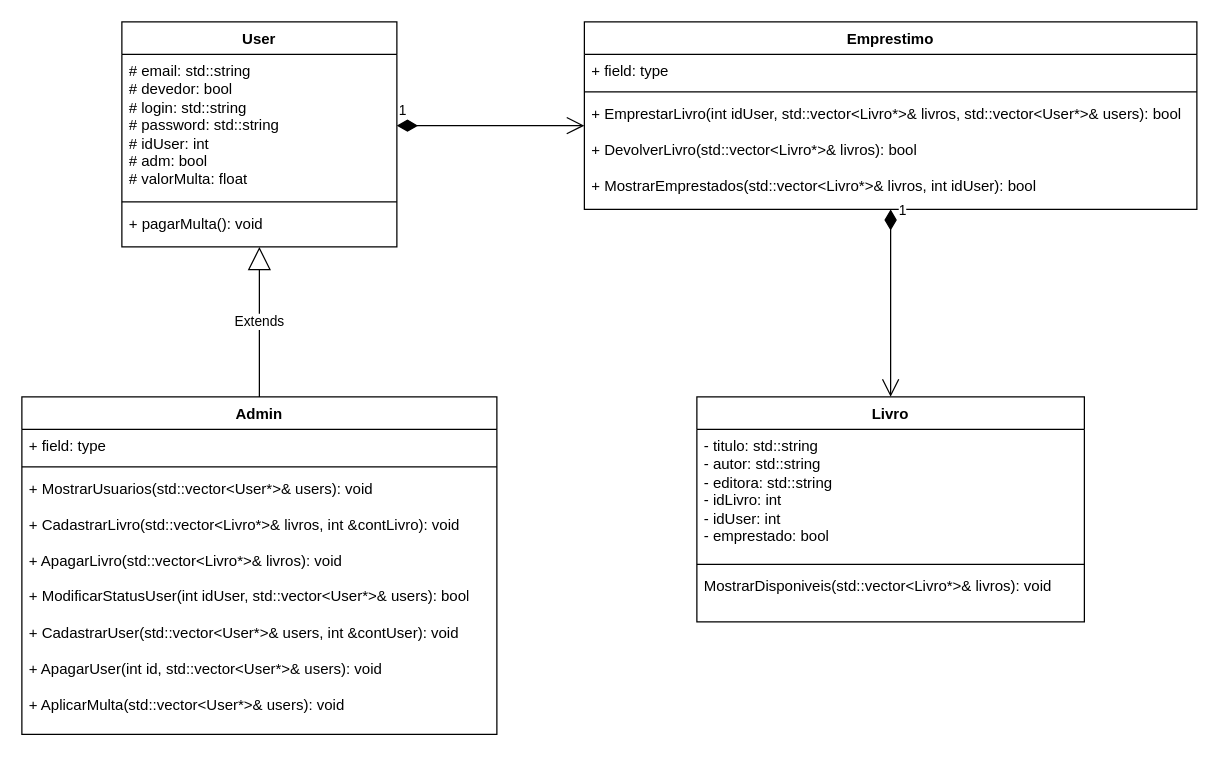
Earlier version of the draw.io diagram Bilioteca_by_gabi/biblioteca.drawio (Gabi-r7/Trabalho_cpp). Source tidied: cells renumbered, new cells numbered last; positions are measured from the earlier drawing's top-left corner, leaving out a move shared by most shapes. Both pictures are drawn from the tidied source at 125%, with x=0, y=0 at pixel (21, 21).
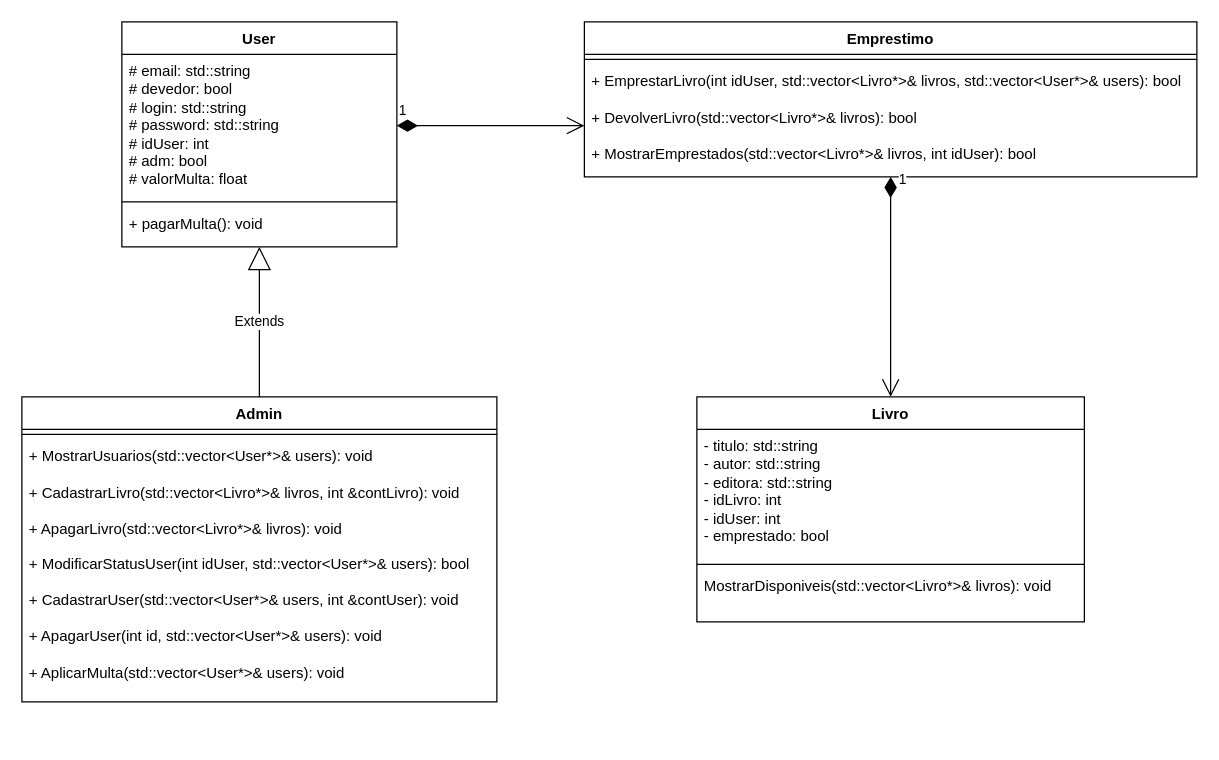
The same page after the edit.

Diff of the diagram source:
```diff
@@
     <mxCell id="6" value="Admin" style="swimlane;fontStyle=1;align=center;verticalAlign=top;horizontal=1;startSize=26;whiteSpace=wrap;html=1;" parent="1" vertex="1">
-      <mxGeometry y="300" width="380" height="270" as="geometry" />
+      <mxGeometry y="300" width="380" height="244" as="geometry" />
     </mxCell>
-    <mxCell id="7" value="+ field: type" style="text;strokeColor=none;fillColor=none;align=left;verticalAlign=top;spacingLeft=4;spacingRight=4;overflow=hidden;whiteSpace=wrap;html=1;" parent="6" vertex="1">
-      <mxGeometry y="26" width="380" height="26" as="geometry" />
-    </mxCell>
     <mxCell id="8" style="line;strokeWidth=1;fillColor=none;align=left;verticalAlign=middle;spacingTop=-1;spacingLeft=3;spacingRight=3;labelPosition=right;strokeColor=inherit;" parent="6" vertex="1">
-      <mxGeometry y="52" width="380" height="8" as="geometry" />
+      <mxGeometry y="26" width="380" height="8" as="geometry" />
     </mxCell>
     <mxCell id="9" value="&lt;div&gt;+ MostrarUsuarios(std::vector&amp;lt;User*&amp;gt;&amp;amp; users): void&lt;/div&gt;&lt;div&gt;&lt;br&gt;&lt;/div&gt;&lt;div&gt;+ CadastrarLivro(std::vector&amp;lt;Livro*&amp;gt;&amp;amp; livros, int &amp;amp;contLivro): void&lt;/div&gt;&lt;div&gt;&lt;br&gt;&lt;/div&gt;&lt;div&gt;+ ApagarLivro(std::vector&amp;lt;Livro*&amp;gt;&amp;amp; livros): void&lt;/div&gt;&lt;div&gt;&lt;br&gt;&lt;/div&gt;&lt;div&gt;+ ModificarStatusUser(int idUser, std::vector&amp;lt;User*&amp;gt;&amp;amp; users): bool&lt;/div&gt;&lt;div&gt;&lt;br&gt;&lt;/div&gt;&lt;div&gt;+ CadastrarUser(std::vector&amp;lt;User*&amp;gt;&amp;amp; users, int &amp;amp;contUser): void&lt;/div&gt;&lt;div&gt;&lt;br&gt;&lt;/div&gt;&lt;div&gt;+ ApagarUser(int id, std::vector&amp;lt;User*&amp;gt;&amp;amp; users): void&lt;/div&gt;&lt;div&gt;&lt;br&gt;&lt;/div&gt;&lt;div&gt;+ AplicarMulta(std::vector&amp;lt;User*&amp;gt;&amp;amp; users): void&lt;/div&gt;" style="text;strokeColor=none;fillColor=none;align=left;verticalAlign=top;spacingLeft=4;spacingRight=4;overflow=hidden;whiteSpace=wrap;html=1;" parent="6" vertex="1">
-      <mxGeometry y="60" width="380" height="210" as="geometry" />
+      <mxGeometry y="34" width="380" height="210" as="geometry" />
     </mxCell>
@@
     <mxCell id="14" value="Emprestimo" style="swimlane;fontStyle=1;align=center;verticalAlign=top;horizontal=1;startSize=26;whiteSpace=wrap;html=1;" parent="1" vertex="1">
-      <mxGeometry x="450" width="490" height="150" as="geometry" />
+      <mxGeometry x="450" width="490" height="124" as="geometry" />
     </mxCell>
-    <mxCell id="15" value="+ field: type" style="text;strokeColor=none;fillColor=none;align=left;verticalAlign=top;spacingLeft=4;spacingRight=4;overflow=hidden;whiteSpace=wrap;html=1;" parent="14" vertex="1">
-      <mxGeometry y="26" width="490" height="26" as="geometry" />
-    </mxCell>
     <mxCell id="16" style="line;strokeWidth=1;fillColor=none;align=left;verticalAlign=middle;spacingTop=-1;spacingLeft=3;spacingRight=3;labelPosition=right;strokeColor=inherit;" parent="14" vertex="1">
-      <mxGeometry y="52" width="490" height="8" as="geometry" />
+      <mxGeometry y="26" width="490" height="8" as="geometry" />
     </mxCell>
     <mxCell id="17" value="&lt;div&gt;+ EmprestarLivro(int idUser, std::vector&amp;lt;Livro*&amp;gt;&amp;amp; livros, std::vector&amp;lt;User*&amp;gt;&amp;amp; users): bool&lt;/div&gt;&lt;div&gt;&lt;br&gt;&lt;/div&gt;&lt;div&gt;+ DevolverLivro(std::vector&amp;lt;Livro*&amp;gt;&amp;amp; livros): bool&lt;/div&gt;&lt;div&gt;&lt;br&gt;&lt;/div&gt;&lt;div&gt;+ MostrarEmprestados(std::vector&amp;lt;Livro*&amp;gt;&amp;amp; livros, int idUser): bool&lt;/div&gt;" style="text;strokeColor=none;fillColor=none;align=left;verticalAlign=top;spacingLeft=4;spacingRight=4;overflow=hidden;points=[[0,0.5],[1,0.5]];portConstraint=eastwest;whiteSpace=wrap;html=1;" parent="14" vertex="1">
-      <mxGeometry y="60" width="490" height="90" as="geometry" />
+      <mxGeometry y="34" width="490" height="90" as="geometry" />
     </mxCell>
```
